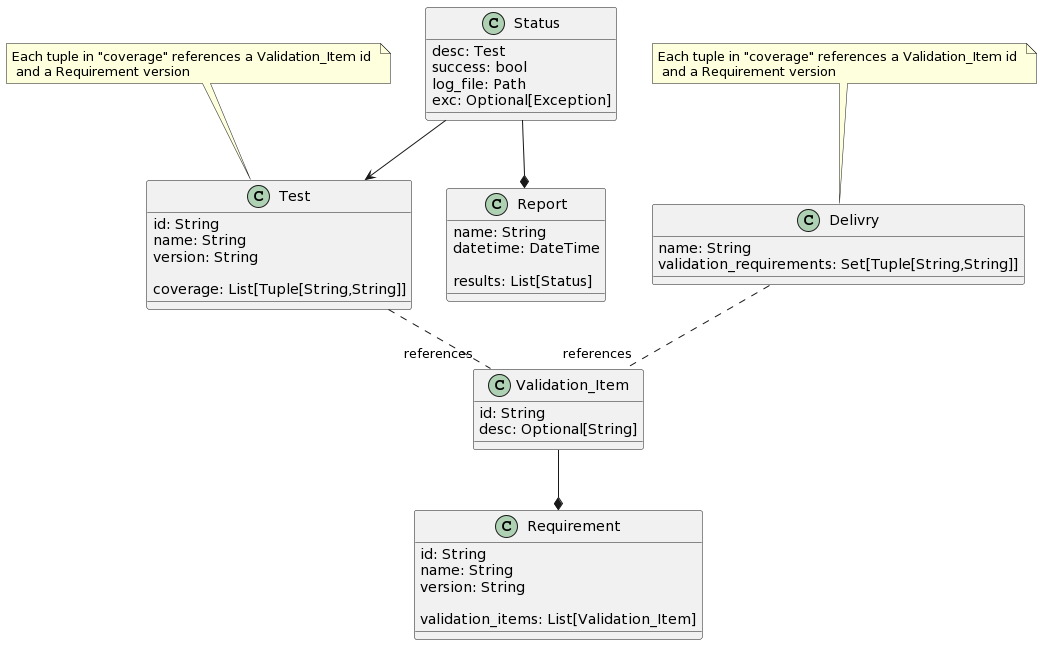
Before: doc/model_diagram.png, a diagram exported from PlantUML (fdmysterious/gerance). Source of this version:
```plantuml
@startuml
class Requirement {
    id: String
    name: String
    version: String

    validation_items: List[Validation_Item]
}

class Validation_Item {
    id: String
    desc: Optional[String]
}

Validation_Item --* Requirement

class Test {
    id: String
    name: String
    version: String

    coverage: List[Tuple[String,String]]
}

Test -. "references" Validation_Item

note top of Test: Each tuple in "coverage" references a Validation_Item id \n and a Requirement version

class Report {
	name: String
	datetime: DateTime

	results: List[Status]
}

class Status {
	desc: Test
	success: bool
	log_file: Path
	exc: Optional[Exception]
}

Status --* Report
Status --> Test

class Delivry {
	name: String
	validation_requirements: Set[Tuple[String,String]]
}

Delivry -. "references" Validation_Item

note top of Delivry: Each tuple in "coverage" references a Validation_Item id \n and a Requirement version
@enduml
```
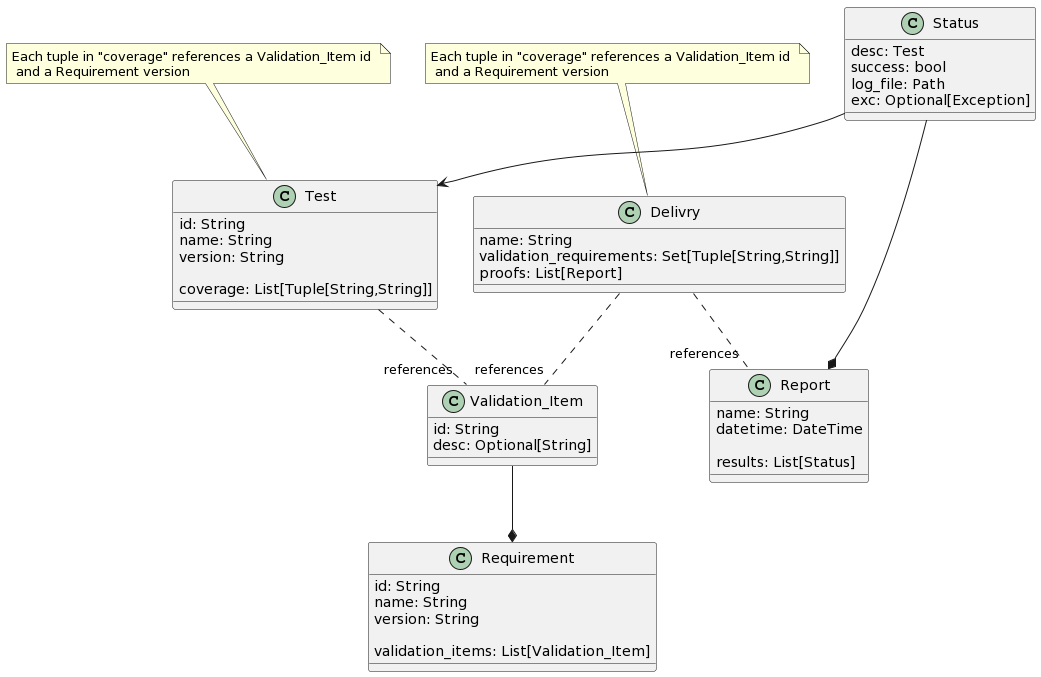
After the change.

Commit message:
Delivry also needs proofs!

The edit, as a diff of the source:
```diff
@@ -46,9 +46,11 @@
 class Delivry {
 	name: String
 	validation_requirements: Set[Tuple[String,String]]
+	proofs: List[Report]
 }
 
 Delivry -. "references" Validation_Item
+Delivry -. "references" Report
 
 note top of Delivry: Each tuple in "coverage" references a Validation_Item id \n and a Requirement version
 @enduml
```
